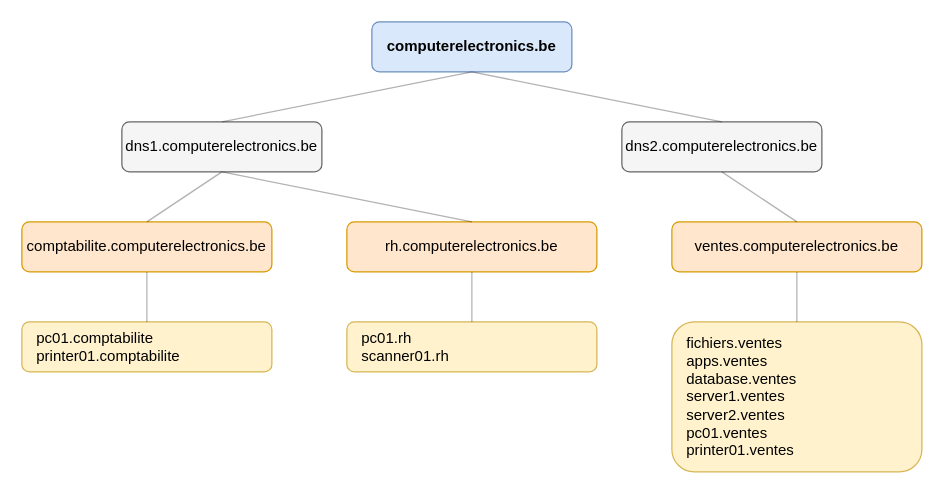
Above: diagrams/structure_dns.drawio in choquitofrito/ActiveDirectory (draw.io), before the change. Source tidied: cells renumbered, new cells numbered last; positions are measured from the earlier drawing's top-left corner, leaving out a move shared by most shapes. Both pictures are drawn from the tidied source at 125%, with x=0, y=0 at pixel (21, 21).
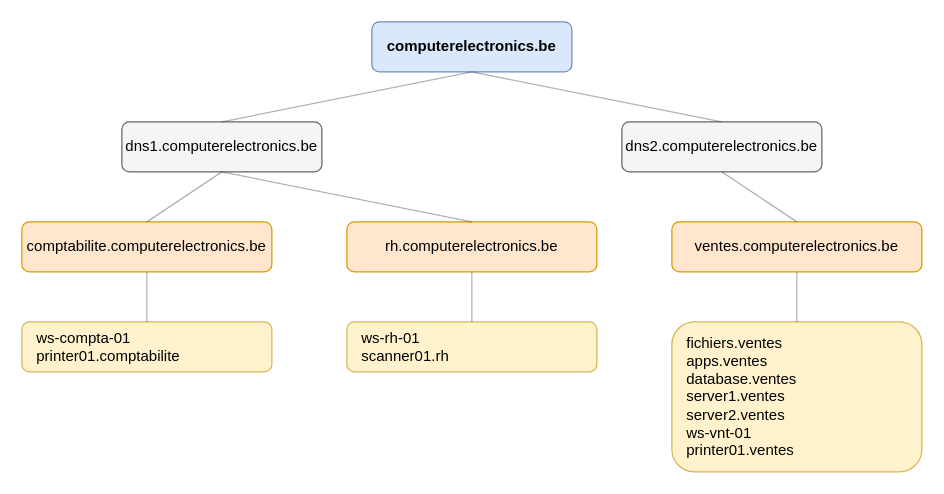
The same diagram, later.

Diff of the diagram source:
```diff
@@
 <mxGraphModel>
   <root>
     <mxCell id="0" />
     <mxCell id="1" parent="0" />
     <mxCell id="2" value="computerelectronics.be" style="rounded=1;whiteSpace=wrap;html=1;fillColor=#dae8fc;strokeColor=#6c8ebf;fontStyle=1;" parent="1" vertex="1">
       <mxGeometry x="280" width="160" height="40" as="geometry" />
     </mxCell>
     <mxCell id="3" value="dns1.computerelectronics.be" style="rounded=1;whiteSpace=wrap;html=1;fillColor=#f5f5f5;strokeColor=#666666;" parent="1" vertex="1">
       <mxGeometry x="80" y="80" width="160" height="40" as="geometry" />
     </mxCell>
     <mxCell id="4" value="dns2.computerelectronics.be" style="rounded=1;whiteSpace=wrap;html=1;fillColor=#f5f5f5;strokeColor=#666666;" parent="1" vertex="1">
       <mxGeometry x="480" y="80" width="160" height="40" as="geometry" />
     </mxCell>
     <mxCell id="5" value="comptabilite.computerelectronics.be" style="rounded=1;whiteSpace=wrap;html=1;fillColor=#ffe6cc;strokeColor=#d79b00;" parent="1" vertex="1">
       <mxGeometry y="160" width="200" height="40" as="geometry" />
     </mxCell>
     <mxCell id="6" value="rh.computerelectronics.be" style="rounded=1;whiteSpace=wrap;html=1;fillColor=#ffe6cc;strokeColor=#d79b00;" parent="1" vertex="1">
       <mxGeometry x="260" y="160" width="200" height="40" as="geometry" />
     </mxCell>
     <mxCell id="7" value="ventes.computerelectronics.be" style="rounded=1;whiteSpace=wrap;html=1;fillColor=#ffe6cc;strokeColor=#d79b00;" parent="1" vertex="1">
       <mxGeometry x="520" y="160" width="200" height="40" as="geometry" />
     </mxCell>
-    <mxCell id="8" value="pc01.comptabilite&#10;printer01.comptabilite" style="rounded=1;whiteSpace=wrap;html=1;fillColor=#fff2cc;strokeColor=#d6b656;align=left;spacingLeft=10;" parent="1" vertex="1">
+    <mxCell id="8" value="ws-compta-01&#10;printer01.comptabilite" style="rounded=1;whiteSpace=wrap;html=1;fillColor=#fff2cc;strokeColor=#d6b656;align=left;spacingLeft=10;" parent="1" vertex="1">
       <mxGeometry y="240" width="200" height="40" as="geometry" />
     </mxCell>
-    <mxCell id="9" value="pc01.rh&#10;scanner01.rh" style="rounded=1;whiteSpace=wrap;html=1;fillColor=#fff2cc;strokeColor=#d6b656;align=left;spacingLeft=10;" parent="1" vertex="1">
+    <mxCell id="9" value="ws-rh-01&#10;scanner01.rh" style="rounded=1;whiteSpace=wrap;html=1;fillColor=#fff2cc;strokeColor=#d6b656;align=left;spacingLeft=10;" parent="1" vertex="1">
       <mxGeometry x="260" y="240" width="200" height="40" as="geometry" />
     </mxCell>
-    <mxCell id="10" value="fichiers.ventes&#10;apps.ventes&#10;database.ventes&#10;server1.ventes&#10;server2.ventes&#10;pc01.ventes&#10;printer01.ventes" style="rounded=1;whiteSpace=wrap;html=1;fillColor=#fff2cc;strokeColor=#d6b656;align=left;spacingLeft=10;" parent="1" vertex="1">
+    <mxCell id="10" value="fichiers.ventes&#10;apps.ventes&#10;database.ventes&#10;server1.ventes&#10;server2.ventes&#10;ws-vnt-01&#10;printer01.ventes" style="rounded=1;whiteSpace=wrap;html=1;fillColor=#fff2cc;strokeColor=#d6b656;align=left;spacingLeft=10;" parent="1" vertex="1">
       <mxGeometry x="520" y="240" width="200" height="120" as="geometry" />
     </mxCell>
     <mxCell id="11" style="endArrow=none;html=1;rounded=0;exitX=0.5;exitY=0;exitDx=0;exitDy=0;entryX=0.5;entryY=1;entryDx=0;entryDy=0;opacity=30;" parent="1" edge="1" source="3" target="2">
       <mxGeometry relative="1" as="geometry" />
     </mxCell>
     <mxCell id="12" style="endArrow=none;html=1;rounded=0;exitX=0.5;exitY=0;exitDx=0;exitDy=0;entryX=0.5;entryY=1;entryDx=0;entryDy=0;opacity=30;" parent="1" edge="1" source="4" target="2">
       <mxGeometry relative="1" as="geometry" />
     </mxCell>
     <mxCell id="13" style="endArrow=none;html=1;rounded=0;exitX=0.5;exitY=0;exitDx=0;exitDy=0;entryX=0.5;entryY=1;entryDx=0;entryDy=0;opacity=30;" parent="1" edge="1" source="5" target="3">
       <mxGeometry relative="1" as="geometry" />
     </mxCell>
     <mxCell id="14" style="endArrow=none;html=1;rounded=0;exitX=0.5;exitY=0;exitDx=0;exitDy=0;entryX=0.5;entryY=1;entryDx=0;entryDy=0;opacity=30;" parent="1" edge="1" source="6" target="3">
       <mxGeometry relative="1" as="geometry" />
     </mxCell>
     <mxCell id="15" style="endArrow=none;html=1;rounded=0;exitX=0.5;exitY=0;exitDx=0;exitDy=0;entryX=0.5;entryY=1;entryDx=0;entryDy=0;opacity=30;" parent="1" edge="1" source="7" target="4">
       <mxGeometry relative="1" as="geometry" />
     </mxCell>
     <mxCell id="16" style="endArrow=none;html=1;rounded=0;exitX=0.5;exitY=0;exitDx=0;exitDy=0;entryX=0.5;entryY=1;entryDx=0;entryDy=0;opacity=30;" parent="1" edge="1" source="8" target="5">
       <mxGeometry relative="1" as="geometry" />
     </mxCell>
     <mxCell id="17" style="endArrow=none;html=1;rounded=0;exitX=0.5;exitY=0;exitDx=0;exitDy=0;entryX=0.5;entryY=1;entryDx=0;entryDy=0;opacity=30;" parent="1" edge="1" source="9" target="6">
       <mxGeometry relative="1" as="geometry" />
     </mxCell>
     <mxCell id="18" style="endArrow=none;html=1;rounded=0;exitX=0.5;exitY=0;exitDx=0;exitDy=0;entryX=0.5;entryY=1;entryDx=0;entryDy=0;opacity=30;" parent="1" edge="1" source="10" target="7">
       <mxGeometry relative="1" as="geometry" />
     </mxCell>
   </root>
 </mxGraphModel>
```
